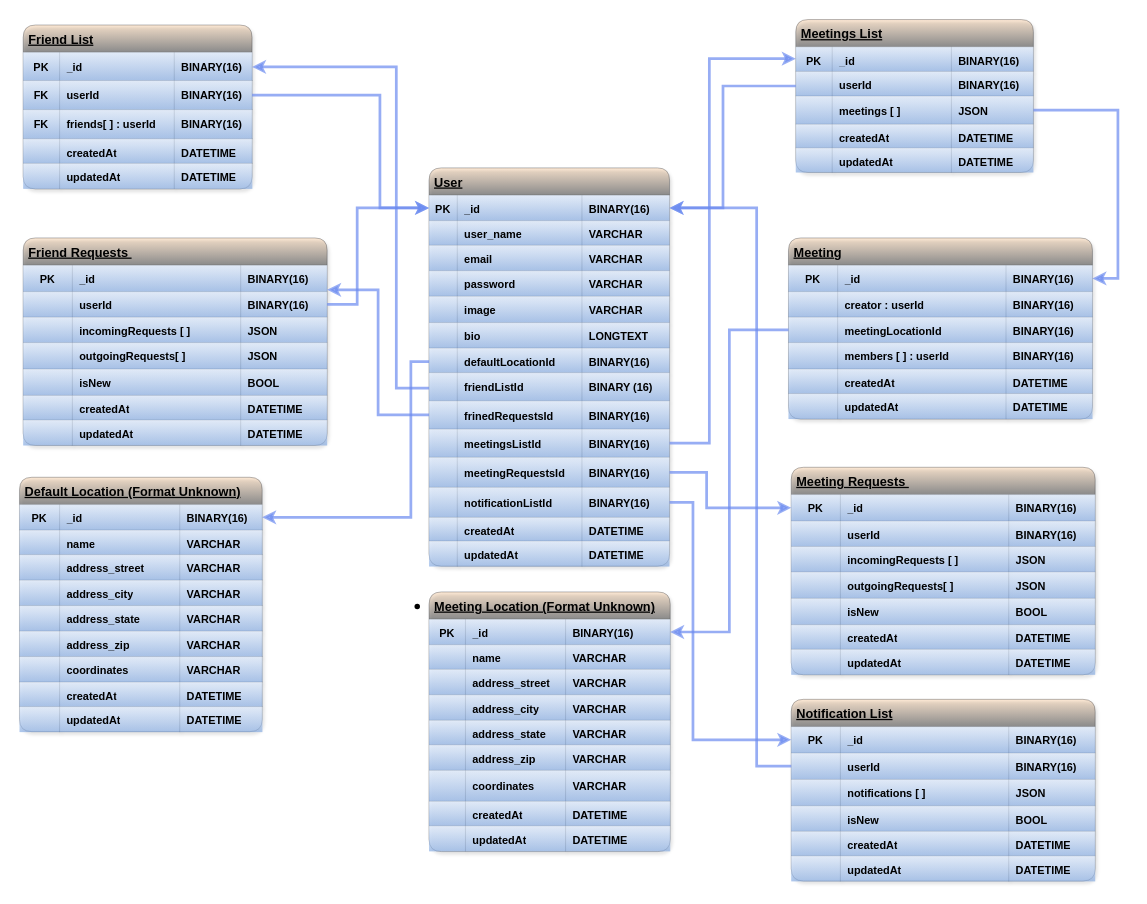
The draw.io diagram application/rotue_info/database.drawio in CSCI150-LAB01/Meet_in_the_Middle, before the edit. Source tidied: cells renumbered, new cells numbered last; positions are measured from the earlier drawing's top-left corner, leaving out a move shared by most shapes. Both pictures are drawn from the tidied source at 91%, with x=0, y=0 at pixel (19, 19).
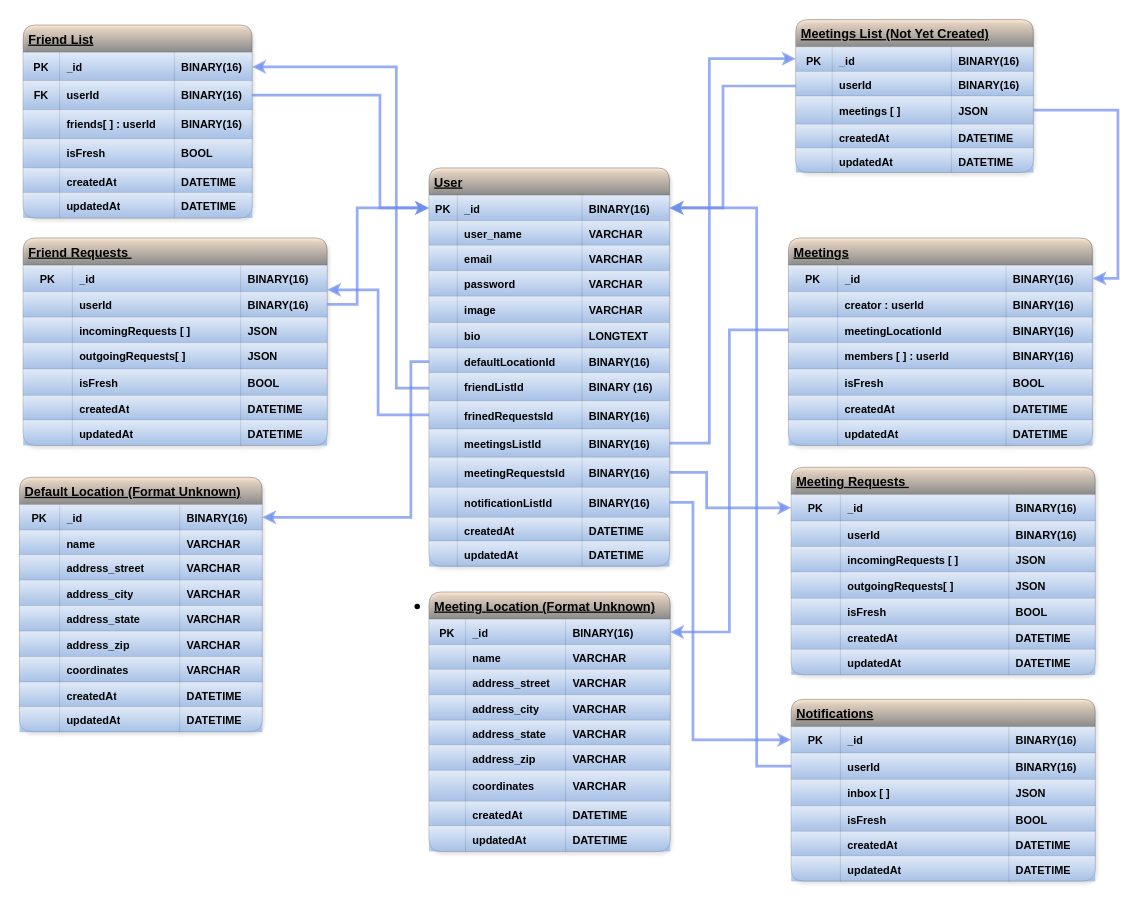
After the change.

Unchanged cells that the change refers to:
```xml
<mxCell id="48" style="shape=tableRow;horizontal=0;startSize=0;swimlaneHead=0;swimlaneBody=0;top=0;left=0;bottom=0;right=0;fillColor=#dae8fc;labelBackgroundColor=none;strokeColor=#6c8ebf;shadow=0;rounded=1;gradientColor=#7ea6e0;fontColor=#000000;fontStyle=1;opacity=40;" parent="39" vertex="1">
  <mxGeometry y="93" width="251.5" height="32" as="geometry" />
</mxCell>
<mxCell id="192" style="shape=tableRow;horizontal=0;startSize=0;swimlaneHead=0;swimlaneBody=0;top=0;left=0;bottom=0;right=0;fillColor=#dae8fc;labelBackgroundColor=none;strokeColor=#6c8ebf;shadow=0;rounded=1;gradientColor=#7ea6e0;fontColor=#000000;fontStyle=1;opacity=40;swimlaneLine=1;" parent="175" vertex="1">
  <mxGeometry y="144" width="334" height="29" as="geometry" />
</mxCell>
<mxCell id="221" style="shape=tableRow;horizontal=0;startSize=0;swimlaneHead=0;swimlaneBody=0;top=0;left=0;bottom=0;right=0;fillColor=#dae8fc;labelBackgroundColor=none;strokeColor=#6c8ebf;shadow=0;rounded=1;gradientColor=#7ea6e0;fontColor=#000000;fontStyle=1;opacity=40;swimlaneLine=1;" parent="204" vertex="1">
  <mxGeometry y="144" width="334" height="29" as="geometry" />
</mxCell>
<mxCell id="279" style="shape=tableRow;horizontal=0;startSize=0;swimlaneHead=0;swimlaneBody=0;top=0;left=0;bottom=0;right=0;fillColor=#dae8fc;labelBackgroundColor=none;strokeColor=#6c8ebf;shadow=0;rounded=1;gradientColor=#7ea6e0;fontColor=#000000;fontStyle=1;opacity=40;" parent="270" vertex="1">
  <mxGeometry y="88" width="334" height="29" as="geometry" />
</mxCell>
<mxCell id="283" style="shape=tableRow;horizontal=0;startSize=0;swimlaneHead=0;swimlaneBody=0;top=0;left=0;bottom=0;right=0;fillColor=#dae8fc;labelBackgroundColor=none;strokeColor=#6c8ebf;shadow=0;rounded=1;gradientColor=#7ea6e0;fontColor=#000000;fontStyle=1;opacity=40;" parent="270" vertex="1">
  <mxGeometry y="117" width="334" height="28" as="geometry" />
</mxCell>
```

Diff of the diagram source:
```diff
@@
     <mxCell id="39" value="Friend List" style="shape=table;startSize=30;childLayout=tableLayout;fontStyle=5;align=left;labelBackgroundColor=none;spacing=6;swimlaneLine=1;fillColor=#ffcc99;strokeColor=#36393d;shadow=1;rounded=1;swimlaneFillColor=default;fontFamily=Helvetica;fontSize=14;opacity=40;gradientColor=default;fontColor=#000000;" parent="1" vertex="1">
-      <mxGeometry x="4" y="6" width="251.5" height="180.1" as="geometry" />
+      <mxGeometry x="4" y="6" width="251.5" height="212.1" as="geometry" />
     </mxCell>
@@
-    <mxCell id="49" value="FK" style="shape=partialRectangle;html=1;whiteSpace=wrap;fillColor=#dae8fc;top=0;left=0;bottom=0;right=0;overflow=hidden;labelBackgroundColor=none;strokeColor=#6c8ebf;strokeWidth=0;spacing=0;spacingTop=8;spacingLeft=8;spacingRight=8;spacingBottom=6;shadow=0;rounded=1;gradientColor=#7ea6e0;fontColor=#000000;fontStyle=1;opacity=40;" parent="48" vertex="1">
+    <mxCell id="49" style="shape=partialRectangle;html=1;whiteSpace=wrap;fillColor=#dae8fc;top=0;left=0;bottom=0;right=0;overflow=hidden;labelBackgroundColor=none;strokeColor=#6c8ebf;strokeWidth=0;spacing=0;spacingTop=8;spacingLeft=8;spacingRight=8;spacingBottom=6;shadow=0;rounded=1;gradientColor=#7ea6e0;fontColor=#000000;fontStyle=1;opacity=40;" parent="48" vertex="1">
       <mxGeometry width="40" height="32" as="geometry" />
     </mxCell>
@@
+    <mxCell id="297" style="shape=tableRow;horizontal=0;startSize=0;swimlaneHead=0;swimlaneBody=0;top=0;left=0;bottom=0;right=0;fillColor=#dae8fc;labelBackgroundColor=none;strokeColor=#6c8ebf;shadow=0;rounded=1;gradientColor=#7ea6e0;fontColor=#000000;fontStyle=1;opacity=40;" parent="39" vertex="1">
+      <mxGeometry y="125" width="251.5" height="32" as="geometry" />
+    </mxCell>
+    <mxCell id="298" style="shape=partialRectangle;html=1;whiteSpace=wrap;fillColor=#dae8fc;top=0;left=0;bottom=0;right=0;overflow=hidden;labelBackgroundColor=none;strokeColor=#6c8ebf;strokeWidth=0;spacing=0;spacingTop=8;spacingLeft=8;spacingRight=8;spacingBottom=6;shadow=0;rounded=1;gradientColor=#7ea6e0;fontColor=#000000;fontStyle=1;opacity=40;" parent="297" vertex="1">
+      <mxGeometry width="40" height="32" as="geometry" />
+    </mxCell>
+    <mxCell id="299" value="isFresh" style="shape=partialRectangle;html=1;whiteSpace=wrap;fillColor=#dae8fc;top=0;left=0;bottom=0;right=0;overflow=hidden;labelBackgroundColor=none;strokeColor=#6c8ebf;strokeWidth=0;spacing=0;spacingTop=8;spacingLeft=8;spacingRight=8;spacingBottom=6;align=left;shadow=0;rounded=1;gradientColor=#7ea6e0;fontColor=#000000;fontStyle=1;opacity=40;" parent="297" vertex="1">
+      <mxGeometry x="40" width="126" height="32" as="geometry" />
+    </mxCell>
+    <mxCell id="300" value="BOOL" style="shape=partialRectangle;html=1;whiteSpace=wrap;fillColor=#dae8fc;top=0;left=0;bottom=0;right=0;overflow=hidden;labelBackgroundColor=none;strokeColor=#6c8ebf;strokeWidth=0;spacing=0;spacingTop=8;spacingLeft=8;spacingRight=8;spacingBottom=6;align=left;shadow=0;rounded=1;gradientColor=#7ea6e0;fontColor=#000000;fontStyle=1;opacity=40;" parent="297" vertex="1">
+      <mxGeometry x="166" width="86" height="32" as="geometry" />
+    </mxCell>
     <mxCell id="52" style="shape=tableRow;horizontal=0;startSize=0;swimlaneHead=0;swimlaneBody=0;top=0;left=0;bottom=0;right=0;fillColor=#dae8fc;labelBackgroundColor=none;strokeColor=#6c8ebf;shadow=0;rounded=1;gradientColor=#7ea6e0;fontColor=#000000;fontStyle=1;opacity=40;" parent="39" vertex="1">
-      <mxGeometry y="125" width="251.5" height="27" as="geometry" />
+      <mxGeometry y="157" width="251.5" height="27" as="geometry" />
     </mxCell>
@@
     <mxCell id="56" style="shape=tableRow;horizontal=0;startSize=0;swimlaneHead=0;swimlaneBody=0;top=0;left=0;bottom=0;right=0;fillColor=#dae8fc;labelBackgroundColor=none;strokeColor=#6c8ebf;shadow=0;rounded=1;gradientColor=#7ea6e0;fontColor=#000000;fontStyle=1;opacity=40;" parent="39" vertex="1">
-      <mxGeometry y="152" width="251.5" height="28" as="geometry" />
+      <mxGeometry y="184" width="251.5" height="28" as="geometry" />
     </mxCell>
@@
-    <mxCell id="154" value="Meetings List" style="shape=table;startSize=30;childLayout=tableLayout;fontStyle=5;align=left;labelBackgroundColor=none;spacing=6;swimlaneLine=1;fillColor=#ffcc99;strokeColor=#36393d;shadow=1;rounded=1;swimlaneFillColor=default;fontFamily=Helvetica;fontSize=14;opacity=40;gradientColor=default;fontColor=#000000;" parent="1" vertex="1">
+    <mxCell id="154" value="Meetings List (Not Yet Created)" style="shape=table;startSize=30;childLayout=tableLayout;fontStyle=5;align=left;labelBackgroundColor=none;spacing=6;swimlaneLine=1;fillColor=#ffcc99;strokeColor=#36393d;shadow=1;rounded=1;swimlaneFillColor=default;fontFamily=Helvetica;fontSize=14;opacity=40;gradientColor=default;fontColor=#000000;" parent="1" vertex="1">
       <mxGeometry x="853" width="261.1" height="168" as="geometry" />
     </mxCell>
@@
-    <mxCell id="194" value="isNew" style="shape=partialRectangle;html=1;whiteSpace=wrap;fillColor=#dae8fc;top=0;left=0;bottom=0;right=0;overflow=hidden;labelBackgroundColor=none;strokeColor=#6c8ebf;strokeWidth=0;spacing=0;spacingTop=8;spacingLeft=8;spacingRight=8;spacingBottom=6;align=left;shadow=0;rounded=1;gradientColor=#7ea6e0;fontColor=#000000;fontStyle=1;opacity=40;" parent="192" vertex="1">
+    <mxCell id="194" value="isFresh&lt;br&gt;" style="shape=partialRectangle;html=1;whiteSpace=wrap;fillColor=#dae8fc;top=0;left=0;bottom=0;right=0;overflow=hidden;labelBackgroundColor=none;strokeColor=#6c8ebf;strokeWidth=0;spacing=0;spacingTop=8;spacingLeft=8;spacingRight=8;spacingBottom=6;align=left;shadow=0;rounded=1;gradientColor=#7ea6e0;fontColor=#000000;fontStyle=1;opacity=40;" parent="192" vertex="1">
       <mxGeometry x="54" width="185" height="29" as="geometry" />
     </mxCell>
@@
-    <mxCell id="223" value="isNew" style="shape=partialRectangle;html=1;whiteSpace=wrap;fillColor=#dae8fc;top=0;left=0;bottom=0;right=0;overflow=hidden;labelBackgroundColor=none;strokeColor=#6c8ebf;strokeWidth=0;spacing=0;spacingTop=8;spacingLeft=8;spacingRight=8;spacingBottom=6;align=left;shadow=0;rounded=1;gradientColor=#7ea6e0;fontColor=#000000;fontStyle=1;opacity=40;" parent="221" vertex="1">
+    <mxCell id="223" value="isFresh" style="shape=partialRectangle;html=1;whiteSpace=wrap;fillColor=#dae8fc;top=0;left=0;bottom=0;right=0;overflow=hidden;labelBackgroundColor=none;strokeColor=#6c8ebf;strokeWidth=0;spacing=0;spacingTop=8;spacingLeft=8;spacingRight=8;spacingBottom=6;align=left;shadow=0;rounded=1;gradientColor=#7ea6e0;fontColor=#000000;fontStyle=1;opacity=40;" parent="221" vertex="1">
       <mxGeometry x="54" width="185" height="29" as="geometry" />
     </mxCell>
@@
-    <mxCell id="240" value="Meeting" style="shape=table;startSize=30;childLayout=tableLayout;fontStyle=5;align=left;labelBackgroundColor=none;spacing=6;swimlaneLine=1;fillColor=#ffcc99;strokeColor=#36393d;shadow=1;rounded=1;swimlaneFillColor=default;fontFamily=Helvetica;fontSize=14;opacity=40;gradientColor=default;fontColor=#000000;" parent="1" vertex="1">
-      <mxGeometry x="845" y="240" width="334" height="199" as="geometry" />
+    <mxCell id="240" value="Meetings" style="shape=table;startSize=30;childLayout=tableLayout;fontStyle=5;align=left;labelBackgroundColor=none;spacing=6;swimlaneLine=1;fillColor=#ffcc99;strokeColor=#36393d;shadow=1;rounded=1;swimlaneFillColor=default;fontFamily=Helvetica;fontSize=14;opacity=40;gradientColor=default;fontColor=#000000;" parent="1" vertex="1">
+      <mxGeometry x="845" y="240" width="334" height="228" as="geometry" />
     </mxCell>
@@
+    <mxCell id="301" style="shape=tableRow;horizontal=0;startSize=0;swimlaneHead=0;swimlaneBody=0;top=0;left=0;bottom=0;right=0;fillColor=#dae8fc;labelBackgroundColor=none;strokeColor=#6c8ebf;shadow=0;rounded=1;gradientColor=#7ea6e0;fontColor=#000000;fontStyle=1;opacity=40;swimlaneLine=1;" parent="240" vertex="1">
+      <mxGeometry y="144" width="334" height="29" as="geometry" />
+    </mxCell>
+    <mxCell id="302" style="shape=partialRectangle;html=1;whiteSpace=wrap;fillColor=#dae8fc;top=0;left=0;bottom=0;right=0;overflow=hidden;labelBackgroundColor=none;strokeColor=#6c8ebf;strokeWidth=0;spacing=0;spacingTop=8;spacingLeft=8;spacingRight=8;spacingBottom=6;shadow=0;rounded=1;gradientColor=#7ea6e0;fontColor=#000000;fontStyle=1;opacity=40;" parent="301" vertex="1">
+      <mxGeometry width="54" height="29" as="geometry" />
+    </mxCell>
+    <mxCell id="303" value="isFresh" style="shape=partialRectangle;html=1;whiteSpace=wrap;fillColor=#dae8fc;top=0;left=0;bottom=0;right=0;overflow=hidden;labelBackgroundColor=none;strokeColor=#6c8ebf;strokeWidth=0;spacing=0;spacingTop=8;spacingLeft=8;spacingRight=8;spacingBottom=6;align=left;shadow=0;rounded=1;gradientColor=#7ea6e0;fontColor=#000000;fontStyle=1;opacity=40;" parent="301" vertex="1">
+      <mxGeometry x="54" width="185" height="29" as="geometry" />
+    </mxCell>
+    <mxCell id="304" value="BOOL" style="shape=partialRectangle;html=1;whiteSpace=wrap;fillColor=#dae8fc;top=0;left=0;bottom=0;right=0;overflow=hidden;labelBackgroundColor=none;strokeColor=#6c8ebf;strokeWidth=0;spacing=0;spacingTop=8;spacingLeft=8;spacingRight=8;spacingBottom=6;align=left;shadow=0;rounded=1;gradientColor=#7ea6e0;fontColor=#000000;fontStyle=1;opacity=40;" parent="301" vertex="1">
+      <mxGeometry x="239" width="95" height="29" as="geometry" />
+    </mxCell>
     <mxCell id="257" style="shape=tableRow;horizontal=0;startSize=0;swimlaneHead=0;swimlaneBody=0;top=0;left=0;bottom=0;right=0;fillColor=#dae8fc;labelBackgroundColor=none;strokeColor=#6c8ebf;shadow=0;rounded=1;gradientColor=#7ea6e0;fontColor=#000000;fontStyle=1;opacity=40;" parent="240" vertex="1">
-      <mxGeometry y="144" width="334" height="27" as="geometry" />
+      <mxGeometry y="173" width="334" height="27" as="geometry" />
     </mxCell>
@@
     <mxCell id="261" style="shape=tableRow;horizontal=0;startSize=0;swimlaneHead=0;swimlaneBody=0;top=0;left=0;bottom=0;right=0;fillColor=#dae8fc;labelBackgroundColor=none;strokeColor=#6c8ebf;shadow=0;rounded=1;gradientColor=#7ea6e0;fontColor=#000000;fontStyle=1;opacity=40;" parent="240" vertex="1">
-      <mxGeometry y="171" width="334" height="28" as="geometry" />
+      <mxGeometry y="200" width="334" height="28" as="geometry" />
     </mxCell>
@@
-    <mxCell id="270" value="Notification List" style="shape=table;startSize=30;childLayout=tableLayout;fontStyle=5;align=left;labelBackgroundColor=none;spacing=6;swimlaneLine=1;fillColor=#ffcc99;strokeColor=#36393d;shadow=1;rounded=1;swimlaneFillColor=default;fontFamily=Helvetica;fontSize=14;opacity=40;gradientColor=default;fontColor=#000000;" parent="1" vertex="1">
+    <mxCell id="270" value="Notifications" style="shape=table;startSize=30;childLayout=tableLayout;fontStyle=5;align=left;labelBackgroundColor=none;spacing=6;swimlaneLine=1;fillColor=#ffcc99;strokeColor=#36393d;shadow=1;rounded=1;swimlaneFillColor=default;fontFamily=Helvetica;fontSize=14;opacity=40;gradientColor=default;fontColor=#000000;" parent="1" vertex="1">
       <mxGeometry x="848" y="747" width="334" height="199.6" as="geometry" />
     </mxCell>
@@
-    <mxCell id="281" value="notifications [ ]" style="shape=partialRectangle;html=1;whiteSpace=wrap;fillColor=#dae8fc;top=0;left=0;bottom=0;right=0;overflow=hidden;labelBackgroundColor=none;strokeColor=#6c8ebf;strokeWidth=0;spacing=0;spacingTop=8;spacingLeft=8;spacingRight=8;spacingBottom=6;align=left;shadow=0;rounded=1;gradientColor=#7ea6e0;fontColor=#000000;fontStyle=1;opacity=40;" parent="279" vertex="1">
+    <mxCell id="281" value="inbox [ ]" style="shape=partialRectangle;html=1;whiteSpace=wrap;fillColor=#dae8fc;top=0;left=0;bottom=0;right=0;overflow=hidden;labelBackgroundColor=none;strokeColor=#6c8ebf;strokeWidth=0;spacing=0;spacingTop=8;spacingLeft=8;spacingRight=8;spacingBottom=6;align=left;shadow=0;rounded=1;gradientColor=#7ea6e0;fontColor=#000000;fontStyle=1;opacity=40;" parent="279" vertex="1">
       <mxGeometry x="54" width="185" height="29" as="geometry" />
     </mxCell>
@@
-    <mxCell id="285" value="isNew" style="shape=partialRectangle;html=1;whiteSpace=wrap;fillColor=#dae8fc;top=0;left=0;bottom=0;right=0;overflow=hidden;labelBackgroundColor=none;strokeColor=#6c8ebf;strokeWidth=0;spacing=0;spacingTop=8;spacingLeft=8;spacingRight=8;spacingBottom=6;align=left;shadow=0;rounded=1;gradientColor=#7ea6e0;fontColor=#000000;fontStyle=1;opacity=40;" parent="283" vertex="1">
+    <mxCell id="285" value="isFresh" style="shape=partialRectangle;html=1;whiteSpace=wrap;fillColor=#dae8fc;top=0;left=0;bottom=0;right=0;overflow=hidden;labelBackgroundColor=none;strokeColor=#6c8ebf;strokeWidth=0;spacing=0;spacingTop=8;spacingLeft=8;spacingRight=8;spacingBottom=6;align=left;shadow=0;rounded=1;gradientColor=#7ea6e0;fontColor=#000000;fontStyle=1;opacity=40;" parent="283" vertex="1">
       <mxGeometry x="54" width="185" height="28" as="geometry" />
     </mxCell>
```
